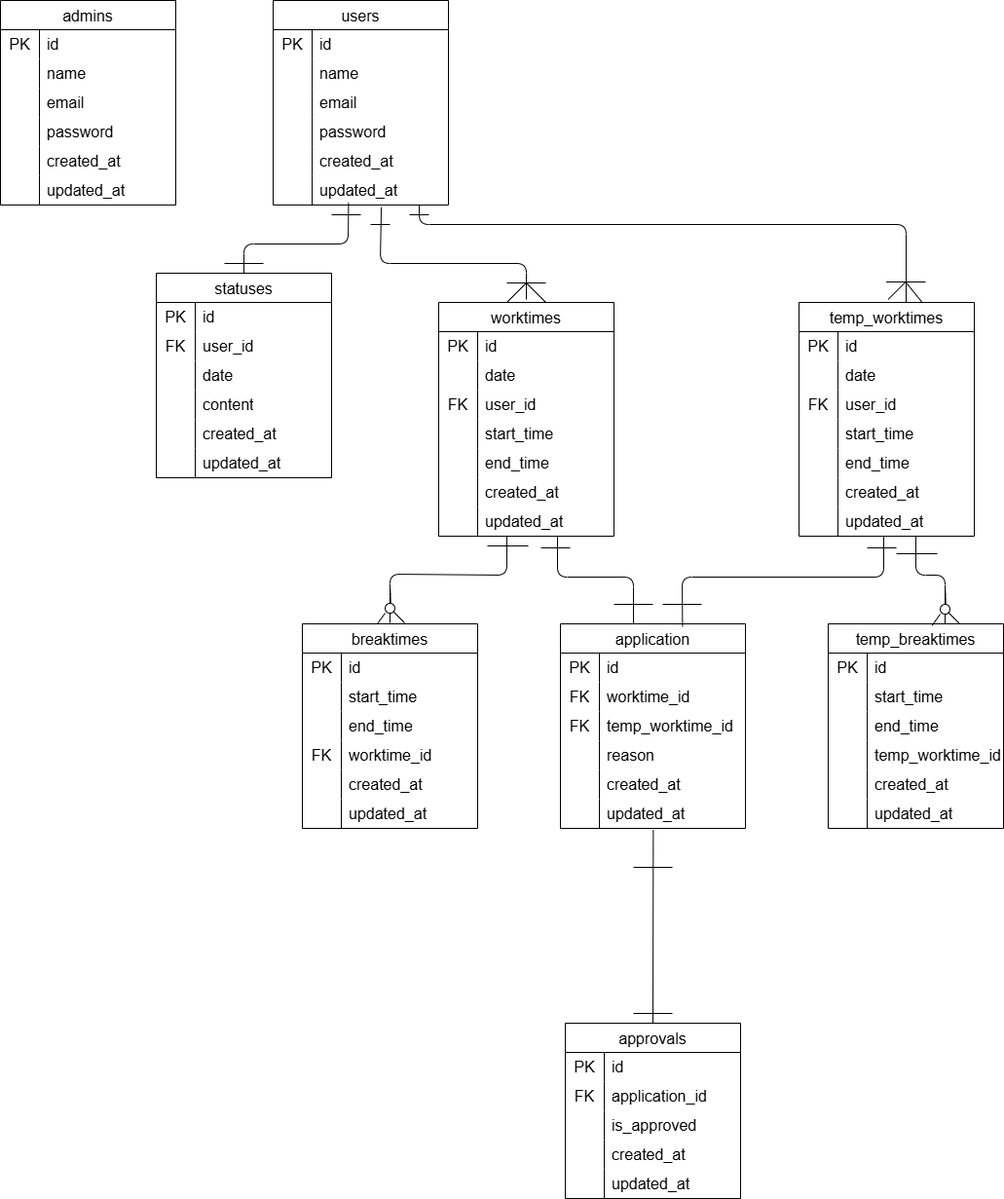
Earlier version of the draw.io export doc/medium-er.drawio.png (yuuzaki2000/attend). Source tidied: cells renumbered, new cells last; positions are measured from the earlier drawing's top-left corner, leaving out a move shared by most shapes.
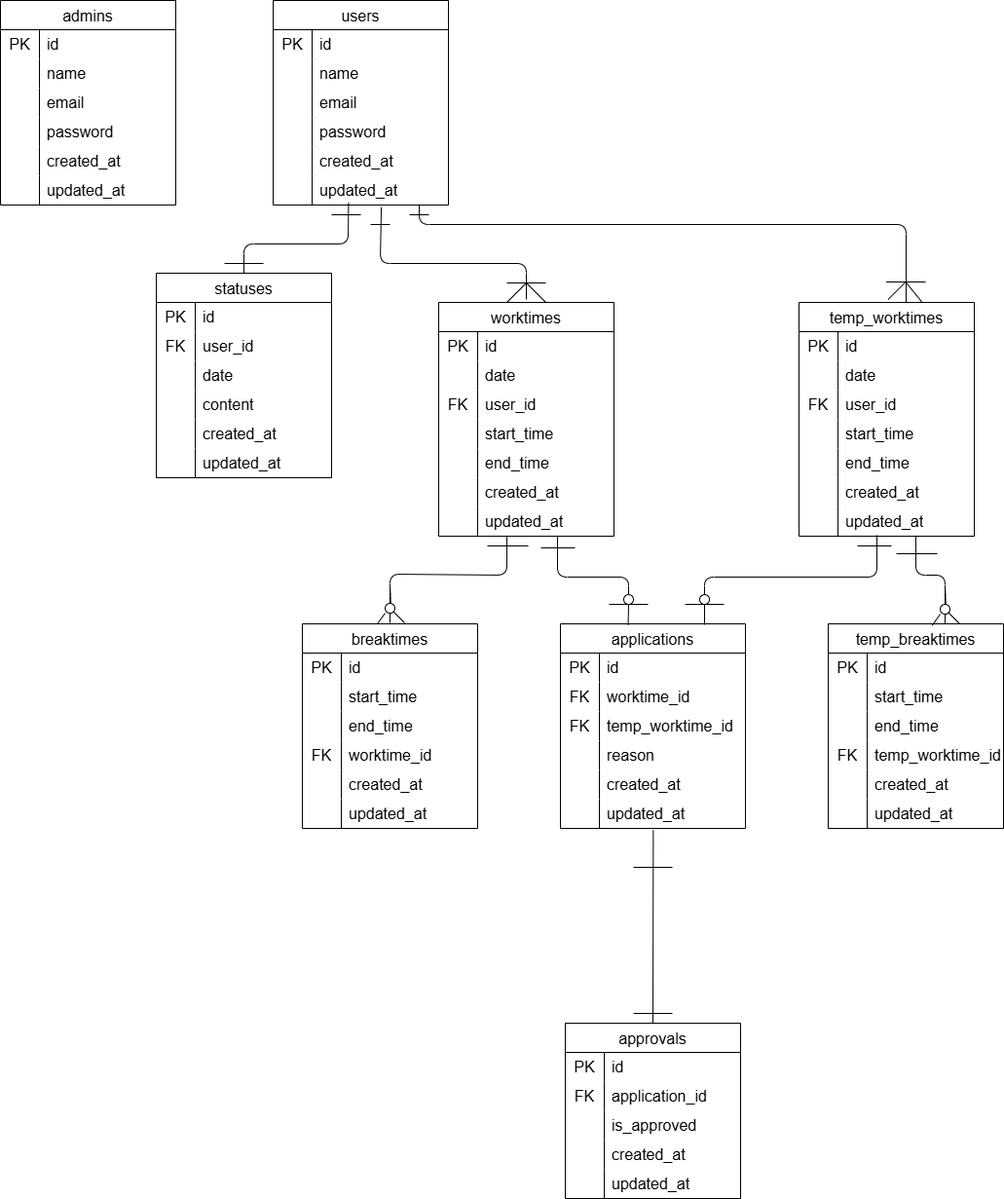
The same file after the commit.

Diff of the diagram source:
```diff
@@ -467,7 +467,7 @@
     <mxCell id="156" value="updated_at" style="shape=partialRectangle;html=1;whiteSpace=wrap;fillColor=none;top=0;left=0;bottom=0;right=0;align=left;spacingLeft=6;overflow=hidden;strokeColor=inherit;fontSize=16;" parent="154" vertex="1">
       <mxGeometry x="40" width="140" height="30" as="geometry" />
     </mxCell>
-    <mxCell id="157" value="application" style="shape=table;startSize=30;rowLines=0;fontStyle=0;strokeColor=default;fontSize=16;" parent="1" vertex="1">
+    <mxCell id="157" value="applications" style="shape=table;startSize=30;rowLines=0;fontStyle=0;strokeColor=default;fontSize=16;" parent="1" vertex="1">
       <mxGeometry x="575" y="640" width="190" height="210" as="geometry" />
     </mxCell>
     <mxCell id="158" style="shape=tableRow;horizontal=0;startSize=0;swimlaneHead=0;swimlaneBody=0;top=0;left=0;bottom=0;right=0;fillColor=none;strokeColor=inherit;fontSize=16;" parent="157" vertex="1">
@@ -611,47 +611,25 @@
         <mxPoint x="440" y="220" as="targetPoint" />
       </mxGeometry>
     </mxCell>
-    <mxCell id="189" style="endArrow=none;html=1;exitX=0.66;exitY=0.013;exitDx=0;exitDy=0;entryX=0.43;entryY=0.933;entryDx=0;entryDy=0;entryPerimeter=0;exitPerimeter=0;" parent="1" edge="1" source="157">
-      <mxGeometry relative="1" as="geometry">
-        <mxPoint x="907" y="550" as="targetPoint" />
-        <Array as="points">
-          <mxPoint x="700" y="592" />
-          <mxPoint x="907" y="592" />
-        </Array>
-      </mxGeometry>
-    </mxCell>
-    <mxCell id="190" style="endArrow=none;html=1;" parent="1" edge="1">
-      <mxGeometry relative="1" as="geometry">
-        <mxPoint x="680" y="620" as="sourcePoint" />
-        <mxPoint x="720" y="620" as="targetPoint" />
-      </mxGeometry>
-    </mxCell>
-    <mxCell id="191" style="endArrow=none;html=1;" parent="1" edge="1">
-      <mxGeometry relative="1" as="geometry">
-        <mxPoint x="890" y="562" as="sourcePoint" />
-        <mxPoint x="920" y="562" as="targetPoint" />
-      </mxGeometry>
-    </mxCell>
-    <mxCell id="192" style="endArrow=none;html=1;entryX=0.43;entryY=0.933;entryDx=0;entryDy=0;entryPerimeter=0;" parent="1" edge="1">
+    <mxCell id="192" style="endArrow=none;html=1;entryX=0.43;entryY=0.933;entryDx=0;entryDy=0;entryPerimeter=0;exitX=0.5;exitY=0;exitDx=0;exitDy=0;" parent="1" edge="1" source="212">
       <mxGeometry relative="1" as="geometry">
-        <mxPoint x="650" y="640" as="sourcePoint" />
         <mxPoint x="572" y="550" as="targetPoint" />
         <Array as="points">
-          <mxPoint x="650" y="592" />
+          <mxPoint x="645" y="592" />
           <mxPoint x="572" y="592" />
         </Array>
       </mxGeometry>
     </mxCell>
     <mxCell id="193" style="endArrow=none;html=1;" parent="1" edge="1">
       <mxGeometry relative="1" as="geometry">
-        <mxPoint x="670" y="620" as="sourcePoint" />
-        <mxPoint x="630" y="620" as="targetPoint" />
+        <mxPoint x="665" y="620" as="sourcePoint" />
+        <mxPoint x="625" y="620" as="targetPoint" />
       </mxGeometry>
     </mxCell>
     <mxCell id="194" style="endArrow=none;html=1;" parent="1" edge="1">
       <mxGeometry relative="1" as="geometry">
         <mxPoint x="555" y="562" as="sourcePoint" />
-        <mxPoint x="585" y="562" as="targetPoint" />
+        <mxPoint x="590" y="562" as="targetPoint" />
       </mxGeometry>
     </mxCell>
     <mxCell id="195" style="endArrow=none;html=1;exitX=0.5;exitY=0;exitDx=0;exitDy=0;entryX=0.502;entryY=1.063;entryDx=0;entryDy=0;entryPerimeter=0;" parent="1" edge="1" source="100" target="173">
@@ -752,5 +730,43 @@
         <mxPoint x="395" y="629" as="targetPoint" />
       </mxGeometry>
     </mxCell>
+    <mxCell id="212" style="ellipse;whiteSpace=wrap;html=1;" parent="1" vertex="1">
+      <mxGeometry x="640" y="610" width="10" height="10" as="geometry" />
+    </mxCell>
+    <mxCell id="213" style="endArrow=none;html=1;entryX=0.5;entryY=1;entryDx=0;entryDy=0;exitX=0.366;exitY=0.006;exitDx=0;exitDy=0;exitPerimeter=0;" parent="1" edge="1" source="157" target="212">
+      <mxGeometry relative="1" as="geometry" />
+    </mxCell>
+    <mxCell id="214" style="endArrow=none;html=1;exitX=0.5;exitY=0;exitDx=0;exitDy=0;" parent="1" edge="1" source="216">
+      <mxGeometry relative="1" as="geometry">
+        <mxPoint x="900" y="549" as="targetPoint" />
+        <Array as="points">
+          <mxPoint x="723" y="592" />
+          <mxPoint x="900" y="592" />
+        </Array>
+      </mxGeometry>
+    </mxCell>
+    <mxCell id="215" style="endArrow=none;html=1;" parent="1" edge="1">
+      <mxGeometry relative="1" as="geometry">
+        <mxPoint x="743" y="620" as="sourcePoint" />
+        <mxPoint x="703" y="620" as="targetPoint" />
+      </mxGeometry>
+    </mxCell>
+    <mxCell id="216" style="ellipse;whiteSpace=wrap;html=1;" parent="1" vertex="1">
+      <mxGeometry x="718" y="610" width="10" height="10" as="geometry" />
+    </mxCell>
+    <mxCell id="217" style="endArrow=none;html=1;entryX=0.5;entryY=1;entryDx=0;entryDy=0;exitX=0.366;exitY=0.006;exitDx=0;exitDy=0;exitPerimeter=0;" parent="1" edge="1" target="216">
+      <mxGeometry relative="1" as="geometry">
+        <mxPoint x="723" y="641" as="sourcePoint" />
+      </mxGeometry>
+    </mxCell>
+    <mxCell id="218" style="endArrow=none;html=1;" parent="1" edge="1">
+      <mxGeometry relative="1" as="geometry">
+        <mxPoint x="880" y="560" as="sourcePoint" />
+        <mxPoint x="915" y="560" as="targetPoint" />
+      </mxGeometry>
+    </mxCell>
+    <mxCell id="219" value="FK" style="shape=partialRectangle;html=1;whiteSpace=wrap;fillColor=none;top=0;left=0;bottom=0;right=0;overflow=hidden;strokeColor=inherit;fontSize=16;" parent="1" vertex="1">
+      <mxGeometry x="850" y="760" width="40" height="30" as="geometry" />
+    </mxCell>
   </root>
 </mxGraphModel>
```
